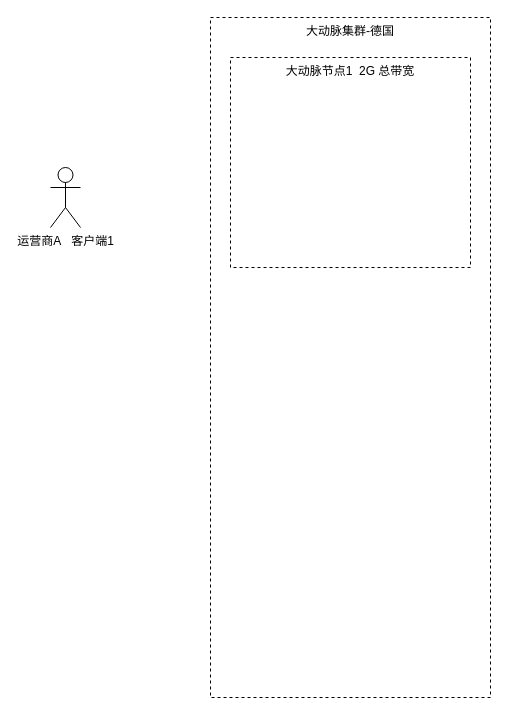
This is JUMPJUMP规划.drawio from stardicky/drawio, a draw.io file, before an edit. Source tidied: cells renumbered, new cells numbered last; positions are measured from the earlier drawing's top-left corner, leaving out a move shared by most shapes. Both pictures are drawn from the tidied source at 100%, with x=0, y=0 at pixel (50, 17).
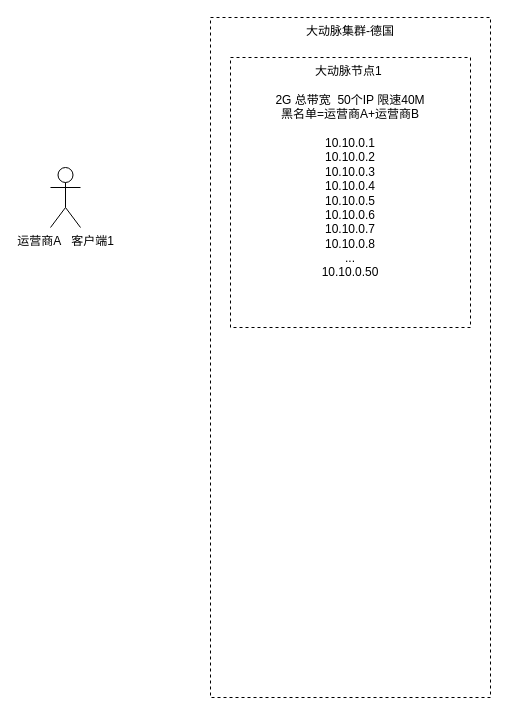
The same page after the edit.

Diff of the diagram source:
```diff
@@
 <mxGraphModel>
   <root>
     <mxCell id="0" />
     <mxCell id="1" parent="0" />
     <mxCell id="2" value="大动脉集群-德国" style="rounded=0;whiteSpace=wrap;html=1;verticalAlign=top;fillColor=none;dashed=1;" parent="1" vertex="1">
       <mxGeometry x="160" width="280" height="680" as="geometry" />
     </mxCell>
     <mxCell id="3" value="运营商A&amp;nbsp; &amp;nbsp;客户端1" style="shape=umlActor;verticalLabelPosition=bottom;verticalAlign=top;html=1;" parent="1" vertex="1">
       <mxGeometry y="150" width="30" height="60" as="geometry" />
     </mxCell>
-    <mxCell id="4" value="大动脉节点1&amp;nbsp; 2G 总带宽" style="rounded=0;whiteSpace=wrap;html=1;verticalAlign=top;fillColor=none;dashed=1;" parent="1" vertex="1">
-      <mxGeometry x="180" y="40" width="240" height="210" as="geometry" />
+    <mxCell id="4" value="大动脉节点1&amp;nbsp; &lt;br&gt;&lt;br&gt;2G 总带宽&amp;nbsp; 50个IP 限速40M&lt;br&gt;黑名单=运营商A+运营商B&lt;br&gt;&lt;br&gt;10.10.0.1&lt;br&gt;10.10.0.2&lt;br&gt;10.10.0.3&lt;br&gt;10.10.0.4&lt;br&gt;10.10.0.5&lt;br style=&quot;border-color: var(--border-color);&quot;&gt;10.10.0.6&lt;br style=&quot;border-color: var(--border-color);&quot;&gt;10.10.0.7&lt;br style=&quot;border-color: var(--border-color);&quot;&gt;10.10.0.8&lt;br&gt;...&lt;br style=&quot;border-color: var(--border-color);&quot;&gt;10.10.0.50&lt;br&gt;&amp;nbsp;" style="rounded=0;whiteSpace=wrap;html=1;verticalAlign=top;fillColor=none;dashed=1;" parent="1" vertex="1">
+      <mxGeometry x="180" y="40" width="240" height="270" as="geometry" />
     </mxCell>
   </root>
 </mxGraphModel>
```
